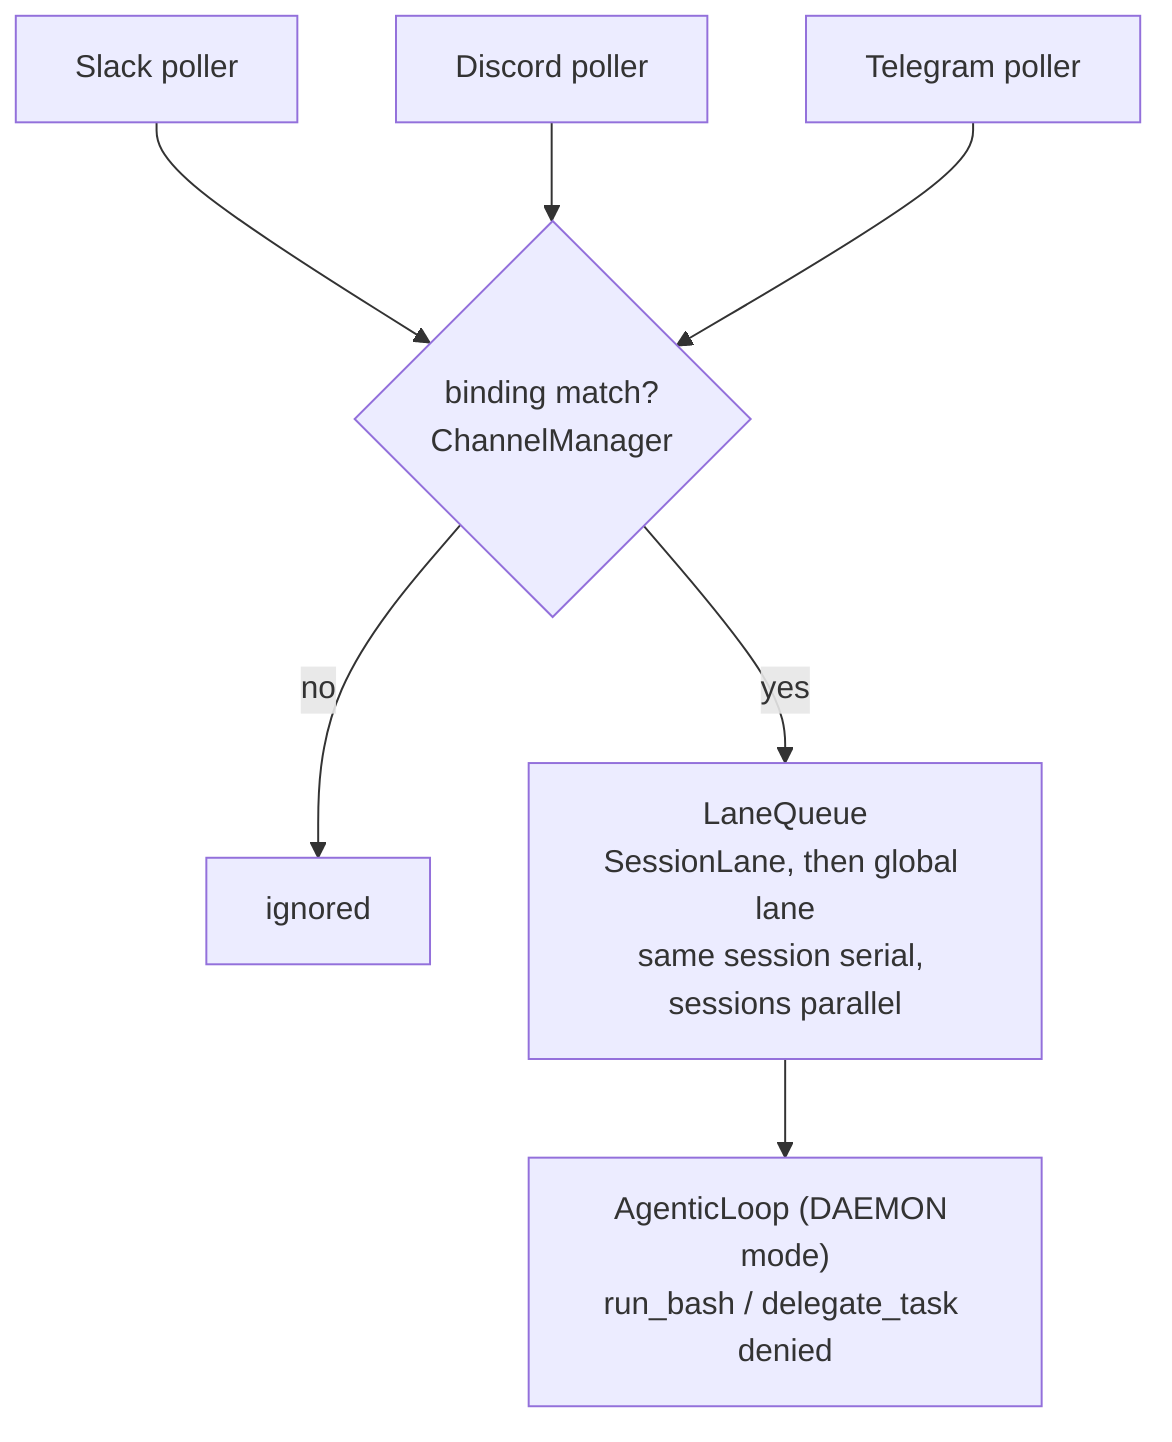
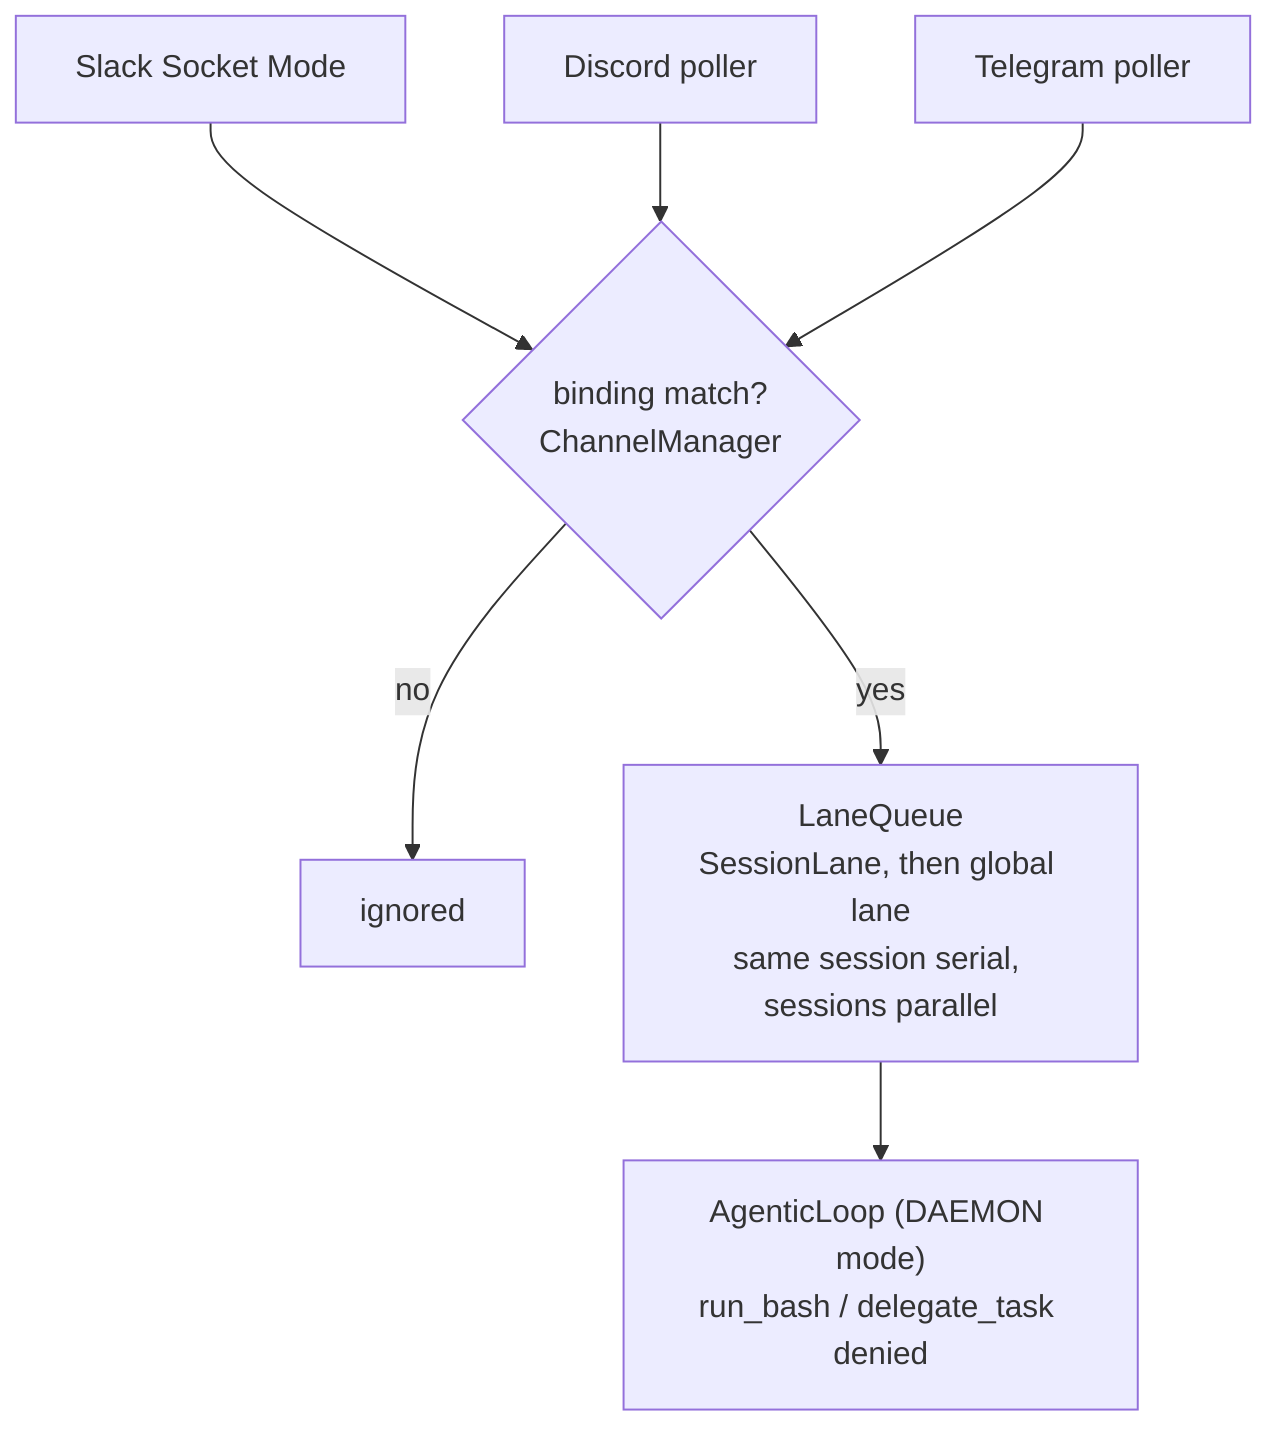
- %% gateway-routing — messenger pollers through binding and lanes to the loop.
+ %% gateway-routing — messenger receivers through binding and lanes to the loop.
%% SoT for site/public/diagrams/gateway-routing.svg (npm run render-diagrams).
%% Grounded in site/src/app/docs/harness/serve-gateway/page.tsx
%% (core/messaging/binding.py, core/orchestration/lane_queue.py).
flowchart TD
-   SLACK["Slack poller"] --> CM
+   SLACK["Slack Socket Mode"] --> CM
  DISCORD["Discord poller"] --> CM
  TELEGRAM["Telegram poller"] --> CM
  CM{"binding match?<br/>ChannelManager"}
  CM -->|no| DROP["ignored"]
  CM -->|yes| LANE["LaneQueue<br/>SessionLane, then global lane<br/>same session serial, sessions parallel"]
  LANE --> LOOP["AgenticLoop (DAEMON mode)<br/>run_bash / delegate_task denied"]
